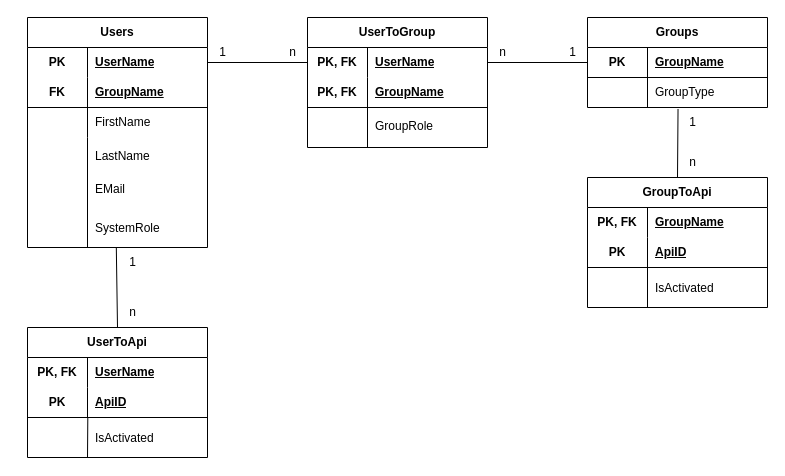
Earlier version of the draw.io diagram docs/diagrams/level_4_class/user_management_er_diagramm.drawio (GroMoKoSo/GroMoKoSo-Meta). Source tidied: cells renumbered, new cells numbered last; positions are measured from the earlier drawing's top-left corner, leaving out a move shared by most shapes. Both pictures are drawn from the tidied source at 100%, with x=0, y=0 at pixel (17, 17).
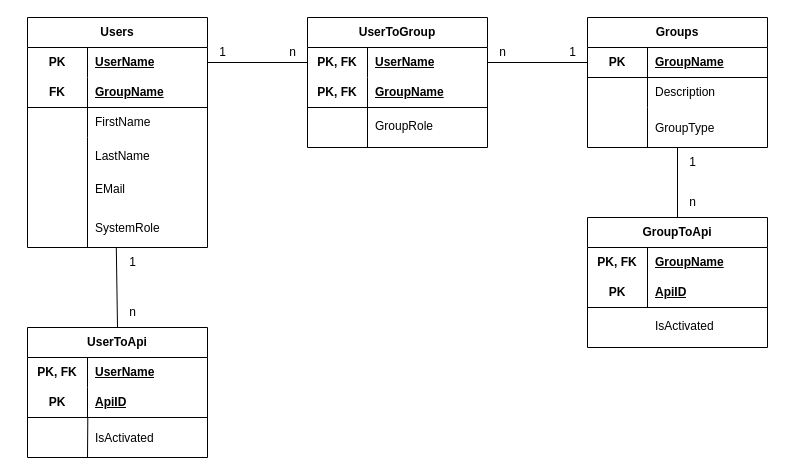
Above is the later version.

Commit message (it also covers changes not shown here):
docs: add description to group

The change refers to these unchanged cells:
```xml
<mxCell id="6" style="shape=tableRow;horizontal=0;startSize=0;swimlaneHead=0;swimlaneBody=0;fillColor=none;points=[[0,0.5],[1,0.5]];portConstraint=eastwest;top=0;left=0;right=0;bottom=0;html=1;" parent="2" vertex="1">
  <mxGeometry y="60" width="180" height="30" as="geometry" />
</mxCell>
```

What changed in the source:
```diff
@@
     <mxCell id="2" value="Groups" style="shape=table;startSize=30;childLayout=tableLayout;rowLines=0;fontStyle=1;align=center;html=1;whiteSpace=wrap;" parent="1" vertex="1">
-      <mxGeometry x="570" width="180" height="90" as="geometry" />
+      <mxGeometry x="570" width="180" height="130" as="geometry" />
     </mxCell>
@@
-    <mxCell id="8" value="GroupType" style="shape=partialRectangle;fillColor=none;top=0;left=0;bottom=0;right=0;align=left;spacingLeft=6;overflow=hidden;html=1;whiteSpace=wrap;" parent="6" vertex="1">
+    <mxCell id="8" value="Description" style="shape=partialRectangle;fillColor=none;top=0;left=0;bottom=0;right=0;align=left;spacingLeft=6;overflow=hidden;html=1;whiteSpace=wrap;" parent="6" vertex="1">
       <mxGeometry x="60" width="120" height="30" as="geometry" />
     </mxCell>
     <mxCell id="9" value="GroupToApi" style="shape=table;startSize=30;childLayout=tableLayout;rowLines=0;fontStyle=1;align=center;html=1;whiteSpace=wrap;" parent="1" vertex="1">
-      <mxGeometry x="570" y="160" width="180" height="130" as="geometry" />
+      <mxGeometry x="570" y="200" width="180" height="130" as="geometry" />
     </mxCell>
@@
     <mxCell id="27" value="1" style="text;html=1;align=center;verticalAlign=middle;strokeColor=none;fillColor=none;" parent="1" vertex="1">
-      <mxGeometry x="660" y="90" width="30" height="30" as="geometry" />
+      <mxGeometry x="660" y="130" width="30" height="30" as="geometry" />
     </mxCell>
@@
     <mxCell id="30" value="n" style="text;html=1;align=center;verticalAlign=middle;strokeColor=none;fillColor=none;" parent="1" vertex="1">
-      <mxGeometry x="660" y="130" width="30" height="30" as="geometry" />
+      <mxGeometry x="660" y="170" width="30" height="30" as="geometry" />
     </mxCell>
@@
-    <mxCell id="52" style="endArrow=none;html=1;rounded=0;exitX=0.5;exitY=0;exitDx=0;exitDy=0;entryX=0.503;entryY=1.049;entryDx=0;entryDy=0;entryPerimeter=0;" parent="1" edge="1" source="9" target="6">
+    <mxCell id="52" style="endArrow=none;html=1;rounded=0;exitX=0.5;exitY=0;exitDx=0;exitDy=0;entryX=0.5;entryY=1;entryDx=0;entryDy=0;" parent="1" edge="1" source="9" target="2">
       <mxGeometry relative="1" as="geometry" />
     </mxCell>
@@
     <mxCell id="57" value="IsActivated" style="shape=partialRectangle;fillColor=none;top=0;left=0;bottom=0;right=0;align=left;spacingLeft=6;overflow=hidden;html=1;whiteSpace=wrap;" parent="1" vertex="1">
-      <mxGeometry x="630" y="251.7" width="120" height="38.3" as="geometry" />
+      <mxGeometry x="630" y="290" width="120" height="38.3" as="geometry" />
     </mxCell>
@@
+    <mxCell id="69" value="GroupType" style="shape=partialRectangle;fillColor=none;top=0;left=0;bottom=0;right=0;align=left;spacingLeft=6;overflow=hidden;html=1;whiteSpace=wrap;" parent="1" vertex="1">
+      <mxGeometry x="630" y="91.7" width="120" height="38.3" as="geometry" />
+    </mxCell>
+    <mxCell id="70" style="endArrow=none;html=1;rounded=0;" parent="1" edge="1">
+      <mxGeometry relative="1" as="geometry">
+        <mxPoint x="630" y="130" as="sourcePoint" />
+        <mxPoint x="630" y="90" as="targetPoint" />
+      </mxGeometry>
+    </mxCell>
```
